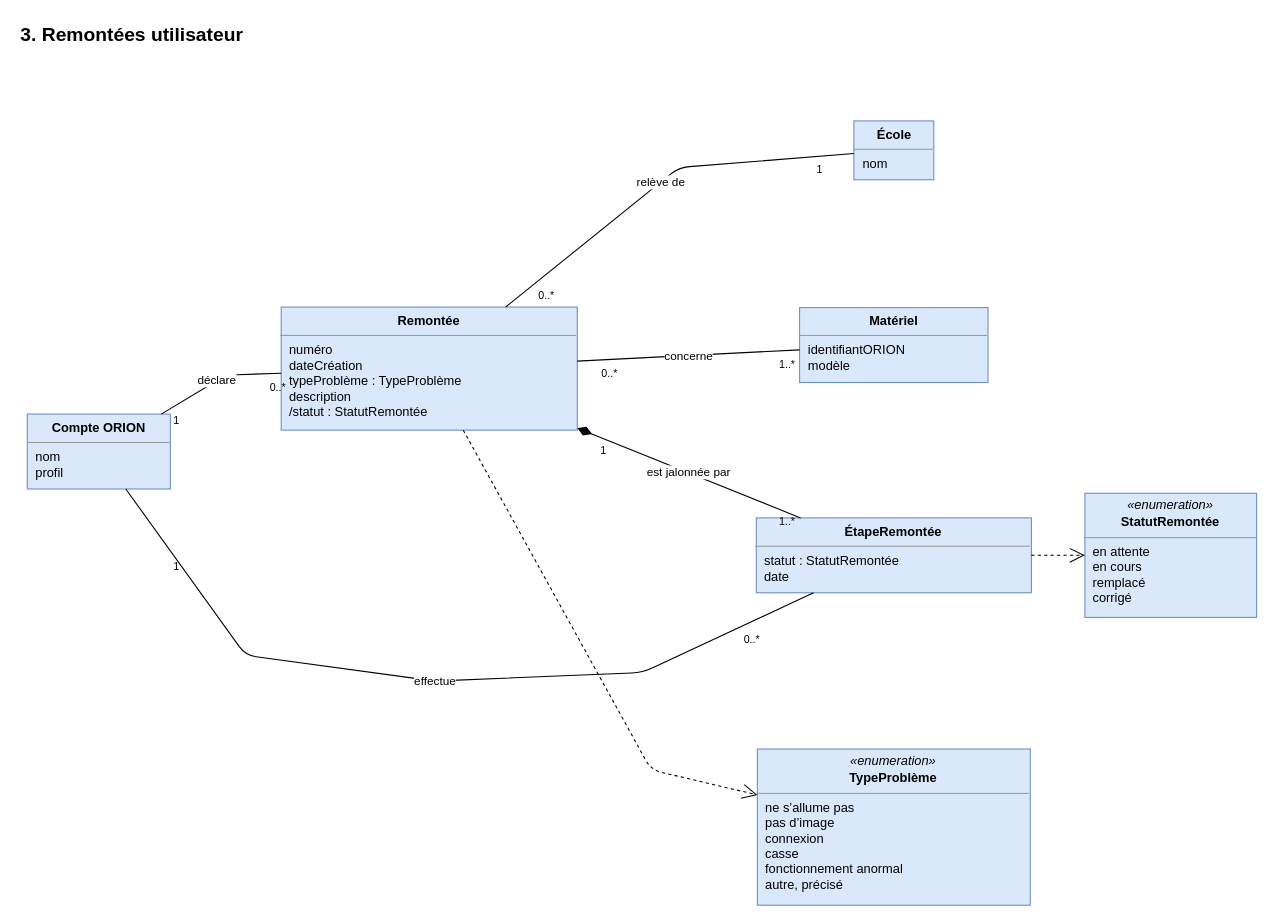
The draw.io diagram page "Remontées utilisateur" (3 of 5) of docs/02-ANALYSE/02-CAPTURE-DES-BESOINS/09-DIAGRAMME-CLASSES-METIER.drawio in bpierrelouis/aster, before the edit. Source tidied: cells renumbered, new cells numbered last; positions are measured from the earlier drawing's top-left corner, leaving out a move shared by most shapes. Both pictures are drawn from the tidied source at 107%, with x=0, y=0 at pixel (18, 18).
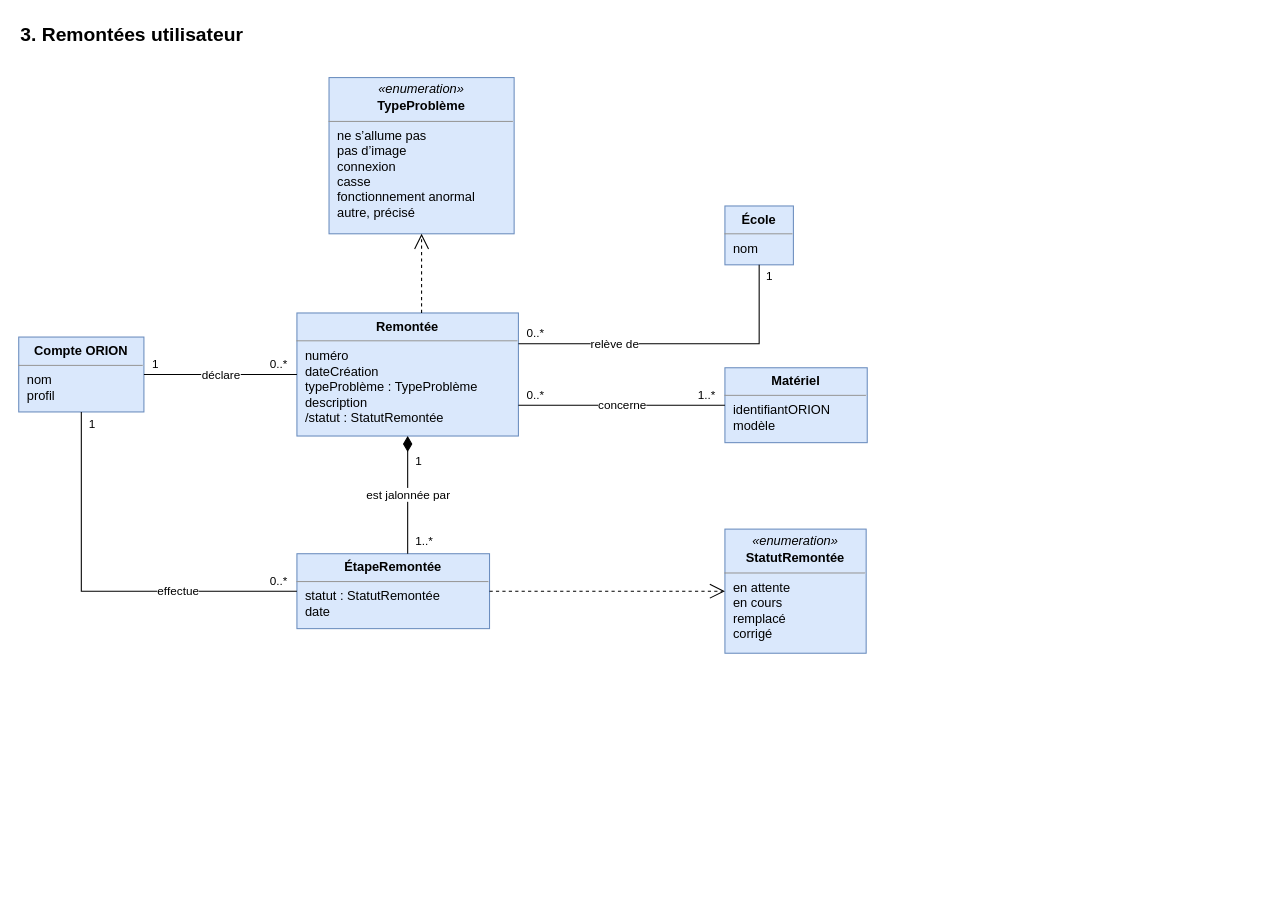
The same diagram, later.

Change to the diagram source:
```diff
@@
     <mxCell id="2" value="3. Remontées utilisateur" style="text;html=1;align=left;verticalAlign=middle;strokeColor=none;fillColor=none;fontSize=18;fontStyle=1;" parent="1" vertex="1">
-      <mxGeometry width="500" height="30" as="geometry" />
+      <mxGeometry width="600" height="30" as="geometry" />
     </mxCell>
+    <mxCell id="8" value="&lt;p style=&quot;margin:0;margin-top:4px;text-align:center;&quot;&gt;&lt;i&gt;«enumeration»&lt;/i&gt;&lt;/p&gt;&lt;p style=&quot;margin:0;margin-top:2px;text-align:center;&quot;&gt;&lt;b&gt;TypeProblème&lt;/b&gt;&lt;/p&gt;&lt;hr size=&quot;1&quot;/&gt;&lt;p style=&quot;margin:0;margin-left:8px;&quot;&gt;ne s’allume pas&lt;br&gt;pas d’image&lt;br&gt;connexion&lt;br&gt;casse&lt;br&gt;fonctionnement anormal&lt;br&gt;autre, précisé&lt;/p&gt;" style="verticalAlign=top;align=left;overflow=fill;html=1;whiteSpace=wrap;fontSize=12;fillColor=#dae8fc;strokeColor=#6c8ebf;" parent="1" vertex="1">
+      <mxGeometry x="290" y="55" width="173" height="146" as="geometry" />
+    </mxCell>
+    <mxCell id="6" value="&lt;p style=&quot;margin:0;margin-top:6px;text-align:center;&quot;&gt;&lt;b&gt;Remontée&lt;/b&gt;&lt;/p&gt;&lt;hr size=&quot;1&quot;/&gt;&lt;p style=&quot;margin:0;margin-left:8px;&quot;&gt;numéro&lt;br&gt;dateCréation&lt;br&gt;typeProblème : TypeProblème&lt;br&gt;description&lt;br&gt;/statut : StatutRemontée&lt;/p&gt;" style="verticalAlign=top;align=left;overflow=fill;html=1;whiteSpace=wrap;fontSize=12;fillColor=#dae8fc;strokeColor=#6c8ebf;" parent="1" vertex="1">
+      <mxGeometry x="260" y="275" width="207" height="115" as="geometry" />
+    </mxCell>
     <mxCell id="3" value="&lt;p style=&quot;margin:0;margin-top:6px;text-align:center;&quot;&gt;&lt;b&gt;Compte ORION&lt;/b&gt;&lt;/p&gt;&lt;hr size=&quot;1&quot;/&gt;&lt;p style=&quot;margin:0;margin-left:8px;&quot;&gt;nom&lt;br&gt;profil&lt;/p&gt;" style="verticalAlign=top;align=left;overflow=fill;html=1;whiteSpace=wrap;fontSize=12;fillColor=#dae8fc;strokeColor=#6c8ebf;" parent="1" vertex="1">
-      <mxGeometry x="8" y="369.5" width="133.7" height="70" as="geometry" />
+      <mxGeometry y="297.5" width="117" height="70" as="geometry" />
     </mxCell>
+    <mxCell id="7" value="&lt;p style=&quot;margin:0;margin-top:6px;text-align:center;&quot;&gt;&lt;b&gt;ÉtapeRemontée&lt;/b&gt;&lt;/p&gt;&lt;hr size=&quot;1&quot;/&gt;&lt;p style=&quot;margin:0;margin-left:8px;&quot;&gt;statut : StatutRemontée&lt;br&gt;date&lt;/p&gt;" style="verticalAlign=top;align=left;overflow=fill;html=1;whiteSpace=wrap;fontSize=12;fillColor=#dae8fc;strokeColor=#6c8ebf;" parent="1" vertex="1">
+      <mxGeometry x="260" y="500" width="180" height="70" as="geometry" />
+    </mxCell>
     <mxCell id="4" value="&lt;p style=&quot;margin:0;margin-top:6px;text-align:center;&quot;&gt;&lt;b&gt;École&lt;/b&gt;&lt;/p&gt;&lt;hr size=&quot;1&quot;/&gt;&lt;p style=&quot;margin:0;margin-left:8px;&quot;&gt;nom&lt;/p&gt;" style="verticalAlign=top;align=left;overflow=fill;html=1;whiteSpace=wrap;fontSize=12;fillColor=#dae8fc;strokeColor=#6c8ebf;" parent="1" vertex="1">
-      <mxGeometry x="780.5" y="95.5" width="74.7" height="55" as="geometry" />
+      <mxGeometry x="660" y="175" width="64" height="55" as="geometry" />
     </mxCell>
     <mxCell id="5" value="&lt;p style=&quot;margin:0;margin-top:6px;text-align:center;&quot;&gt;&lt;b&gt;Matériel&lt;/b&gt;&lt;/p&gt;&lt;hr size=&quot;1&quot;/&gt;&lt;p style=&quot;margin:0;margin-left:8px;&quot;&gt;identifiantORION&lt;br&gt;modèle&lt;/p&gt;" style="verticalAlign=top;align=left;overflow=fill;html=1;whiteSpace=wrap;fontSize=12;fillColor=#dae8fc;strokeColor=#6c8ebf;" parent="1" vertex="1">
-      <mxGeometry x="729.8" y="270" width="176.1" height="70" as="geometry" />
+      <mxGeometry x="660" y="326.2" width="133" height="70" as="geometry" />
     </mxCell>
-    <mxCell id="6" value="&lt;p style=&quot;margin:0;margin-top:6px;text-align:center;&quot;&gt;&lt;b&gt;Remontée&lt;/b&gt;&lt;/p&gt;&lt;hr size=&quot;1&quot;/&gt;&lt;p style=&quot;margin:0;margin-left:8px;&quot;&gt;numéro&lt;br&gt;dateCréation&lt;br&gt;typeProblème : TypeProblème&lt;br&gt;description&lt;br&gt;/statut : StatutRemontée&lt;/p&gt;" style="verticalAlign=top;align=left;overflow=fill;html=1;whiteSpace=wrap;fontSize=12;fillColor=#dae8fc;strokeColor=#6c8ebf;" parent="1" vertex="1">
-      <mxGeometry x="245.3" y="269.5" width="276.7" height="115" as="geometry" />
-    </mxCell>
-    <mxCell id="7" value="&lt;p style=&quot;margin:0;margin-top:6px;text-align:center;&quot;&gt;&lt;b&gt;ÉtapeRemontée&lt;/b&gt;&lt;/p&gt;&lt;hr size=&quot;1&quot;/&gt;&lt;p style=&quot;margin:0;margin-left:8px;&quot;&gt;statut : StatutRemontée&lt;br&gt;date&lt;/p&gt;" style="verticalAlign=top;align=left;overflow=fill;html=1;whiteSpace=wrap;fontSize=12;fillColor=#dae8fc;strokeColor=#6c8ebf;" parent="1" vertex="1">
-      <mxGeometry x="689.3" y="466.5" width="257.1" height="70" as="geometry" />
-    </mxCell>
-    <mxCell id="8" value="&lt;p style=&quot;margin:0;margin-top:4px;text-align:center;&quot;&gt;&lt;i&gt;«enumeration»&lt;/i&gt;&lt;/p&gt;&lt;p style=&quot;margin:0;margin-top:2px;text-align:center;&quot;&gt;&lt;b&gt;TypeProblème&lt;/b&gt;&lt;/p&gt;&lt;hr size=&quot;1&quot;/&gt;&lt;p style=&quot;margin:0;margin-left:8px;&quot;&gt;ne s’allume pas&lt;br&gt;pas d’image&lt;br&gt;connexion&lt;br&gt;casse&lt;br&gt;fonctionnement anormal&lt;br&gt;autre, précisé&lt;/p&gt;" style="verticalAlign=top;align=left;overflow=fill;html=1;whiteSpace=wrap;fontSize=12;fillColor=#dae8fc;strokeColor=#6c8ebf;" parent="1" vertex="1">
-      <mxGeometry x="690.3" y="682.5" width="255.1" height="146" as="geometry" />
-    </mxCell>
     <mxCell id="9" value="&lt;p style=&quot;margin:0;margin-top:4px;text-align:center;&quot;&gt;&lt;i&gt;«enumeration»&lt;/i&gt;&lt;/p&gt;&lt;p style=&quot;margin:0;margin-top:2px;text-align:center;&quot;&gt;&lt;b&gt;StatutRemontée&lt;/b&gt;&lt;/p&gt;&lt;hr size=&quot;1&quot;/&gt;&lt;p style=&quot;margin:0;margin-left:8px;&quot;&gt;en attente&lt;br&gt;en cours&lt;br&gt;remplacé&lt;br&gt;corrigé&lt;/p&gt;" style="verticalAlign=top;align=left;overflow=fill;html=1;whiteSpace=wrap;fontSize=12;fillColor=#dae8fc;strokeColor=#6c8ebf;" parent="1" vertex="1">
-      <mxGeometry x="996.4" y="443.5" width="160.5" height="116" as="geometry" />
+      <mxGeometry x="660" y="477" width="132" height="116" as="geometry" />
     </mxCell>
-    <mxCell id="10" value="déclare" style="html=1;rounded=0;fontSize=11;labelBackgroundColor=#ffffff;endArrow=none;startArrow=none;rounded=1;" parent="1" edge="1" source="3" target="6">
-      <mxGeometry relative="1" as="geometry">
-        <Array as="points">
-          <mxPoint x="194" y="333" />
-        </Array>
-      </mxGeometry>
+    <mxCell id="10" value="déclare" style="html=1;edgeStyle=orthogonalEdgeStyle;rounded=0;jumpStyle=arc;jumpSize=10;fontSize=11;labelBackgroundColor=#ffffff;endArrow=none;startArrow=none;exitX=1;exitY=0.5;exitDx=0;exitDy=0;entryX=0;entryY=0.5;entryDx=0;entryDy=0;" parent="1" edge="1" source="3" target="6">
+      <mxGeometry relative="1" as="geometry" />
     </mxCell>
-    <mxCell id="11" value="1" style="edgeLabel;html=1;fontSize=10;labelBackgroundColor=none;" parent="10" vertex="1">
-      <mxGeometry x="-0.8" relative="1" as="geometry" />
-    </mxCell>
-    <mxCell id="12" value="0..*" style="edgeLabel;html=1;fontSize=10;labelBackgroundColor=none;" parent="10" vertex="1">
-      <mxGeometry x="0.8" relative="1" as="geometry" />
-    </mxCell>
+    <mxCell id="27" value="1" style="edgeLabel;html=1;fontSize=11;labelBackgroundColor=none;" parent="10" vertex="1">
+      <mxGeometry x="-1" relative="1" as="geometry">
+        <mxPoint x="6" y="-22.5" as="offset" />
+      </mxGeometry>
+    </mxCell>
+    <mxCell id="28" value="0..*" style="edgeLabel;html=1;fontSize=11;labelBackgroundColor=none;" parent="10" vertex="1">
+      <mxGeometry x="1" relative="1" as="geometry">
+        <mxPoint x="-26.6" y="-22.5" as="offset" />
+      </mxGeometry>
+    </mxCell>
-    <mxCell id="13" value="relève de" style="html=1;rounded=0;fontSize=11;labelBackgroundColor=#ffffff;endArrow=none;startArrow=none;rounded=1;" parent="1" edge="1" source="6" target="4">
-      <mxGeometry relative="1" as="geometry">
+    <mxCell id="13" value="relève de" style="html=1;edgeStyle=orthogonalEdgeStyle;rounded=0;jumpStyle=arc;jumpSize=10;fontSize=11;labelBackgroundColor=#ffffff;endArrow=none;startArrow=none;exitX=1;exitY=0.25;exitDx=0;exitDy=0;entryX=0.5;entryY=1;entryDx=0;entryDy=0;" parent="1" edge="1" source="6" target="4">
+      <mxGeometry x="-0.4" relative="1" as="geometry">
         <Array as="points">
-          <mxPoint x="617" y="139" />
+          <mxPoint x="692" y="303.8" />
         </Array>
       </mxGeometry>
     </mxCell>
-    <mxCell id="14" value="0..*" style="edgeLabel;html=1;fontSize=10;labelBackgroundColor=none;" parent="13" vertex="1">
-      <mxGeometry x="-0.8" relative="1" as="geometry" />
-    </mxCell>
-    <mxCell id="15" value="1" style="edgeLabel;html=1;fontSize=10;labelBackgroundColor=none;" parent="13" vertex="1">
-      <mxGeometry x="0.8" relative="1" as="geometry" />
-    </mxCell>
+    <mxCell id="29" value="0..*" style="edgeLabel;html=1;fontSize=11;labelBackgroundColor=none;" parent="13" vertex="1">
+      <mxGeometry x="-1" relative="1" as="geometry">
+        <mxPoint x="6" y="-22.5" as="offset" />
+      </mxGeometry>
+    </mxCell>
+    <mxCell id="30" value="1" style="edgeLabel;html=1;fontSize=11;labelBackgroundColor=none;" parent="13" vertex="1">
+      <mxGeometry x="1" relative="1" as="geometry">
+        <mxPoint x="5" y="-1.5" as="offset" />
+      </mxGeometry>
+    </mxCell>
-    <mxCell id="16" value="concerne" style="html=1;rounded=0;fontSize=11;labelBackgroundColor=#ffffff;endArrow=none;startArrow=none;rounded=1;" parent="1" edge="1" source="6" target="5">
+    <mxCell id="16" value="concerne" style="html=1;edgeStyle=orthogonalEdgeStyle;rounded=0;jumpStyle=arc;jumpSize=10;fontSize=11;labelBackgroundColor=#ffffff;endArrow=none;startArrow=none;exitX=1;exitY=0.75;exitDx=0;exitDy=0;entryX=0;entryY=0.5;entryDx=0;entryDy=0;" parent="1" edge="1" source="6" target="5">
       <mxGeometry relative="1" as="geometry" />
     </mxCell>
-    <mxCell id="17" value="0..*" style="edgeLabel;html=1;fontSize=10;labelBackgroundColor=none;" parent="16" vertex="1">
-      <mxGeometry x="-0.8" relative="1" as="geometry" />
-    </mxCell>
-    <mxCell id="18" value="1..*" style="edgeLabel;html=1;fontSize=10;labelBackgroundColor=none;" parent="16" vertex="1">
-      <mxGeometry x="0.8" relative="1" as="geometry" />
-    </mxCell>
+    <mxCell id="31" value="0..*" style="edgeLabel;html=1;fontSize=11;labelBackgroundColor=none;" parent="16" vertex="1">
+      <mxGeometry x="-1" relative="1" as="geometry">
+        <mxPoint x="6" y="-22.5" as="offset" />
+      </mxGeometry>
+    </mxCell>
+    <mxCell id="32" value="1..*" style="edgeLabel;html=1;fontSize=11;labelBackgroundColor=none;" parent="16" vertex="1">
+      <mxGeometry x="1" relative="1" as="geometry">
+        <mxPoint x="-26.6" y="-22.5" as="offset" />
+      </mxGeometry>
+    </mxCell>
-    <mxCell id="19" value="est jalonnée par" style="html=1;rounded=0;fontSize=11;labelBackgroundColor=#ffffff;endArrow=none;startArrow=diamondThin;startFill=1;startSize=12;rounded=1;" parent="1" edge="1" source="6" target="7">
+    <mxCell id="19" value="est jalonnée par" style="html=1;edgeStyle=orthogonalEdgeStyle;rounded=0;jumpStyle=arc;jumpSize=10;fontSize=11;labelBackgroundColor=#ffffff;endArrow=none;startArrow=diamondThin;startFill=1;startSize=12;exitX=0.5;exitY=1;exitDx=0;exitDy=0;entryX=0.575;entryY=0;entryDx=0;entryDy=0;" parent="1" edge="1" source="6" target="7">
       <mxGeometry relative="1" as="geometry" />
     </mxCell>
-    <mxCell id="20" value="1" style="edgeLabel;html=1;fontSize=10;labelBackgroundColor=none;" parent="19" vertex="1">
-      <mxGeometry x="-0.8" relative="1" as="geometry" />
-    </mxCell>
-    <mxCell id="21" value="1..*" style="edgeLabel;html=1;fontSize=10;labelBackgroundColor=none;" parent="19" vertex="1">
-      <mxGeometry x="0.8" relative="1" as="geometry" />
-    </mxCell>
+    <mxCell id="33" value="1" style="edgeLabel;html=1;fontSize=11;labelBackgroundColor=none;" parent="19" vertex="1">
+      <mxGeometry x="-1" relative="1" as="geometry">
+        <mxPoint x="5" y="10.5" as="offset" />
+      </mxGeometry>
+    </mxCell>
+    <mxCell id="34" value="1..*" style="edgeLabel;html=1;fontSize=11;labelBackgroundColor=none;" parent="19" vertex="1">
+      <mxGeometry x="1" relative="1" as="geometry">
+        <mxPoint x="5" y="-25.5" as="offset" />
+      </mxGeometry>
+    </mxCell>
-    <mxCell id="22" value="effectue" style="html=1;rounded=0;fontSize=11;labelBackgroundColor=#ffffff;endArrow=none;startArrow=none;rounded=1;" parent="1" edge="1" source="3" target="7">
-      <mxGeometry relative="1" as="geometry">
+    <mxCell id="22" value="effectue" style="html=1;edgeStyle=orthogonalEdgeStyle;rounded=0;jumpStyle=arc;jumpSize=10;fontSize=11;labelBackgroundColor=#ffffff;endArrow=none;startArrow=none;exitX=0.5;exitY=1;exitDx=0;exitDy=0;entryX=0;entryY=0.5;entryDx=0;entryDy=0;" parent="1" edge="1" source="3" target="7">
+      <mxGeometry x="0.4" relative="1" as="geometry">
         <Array as="points">
-          <mxPoint x="212" y="595" />
-          <mxPoint x="389" y="619" />
-          <mxPoint x="583" y="611" />
+          <mxPoint x="58.5" y="535" />
         </Array>
       </mxGeometry>
     </mxCell>
-    <mxCell id="23" value="1" style="edgeLabel;html=1;fontSize=10;labelBackgroundColor=none;" parent="22" vertex="1">
-      <mxGeometry x="-0.8" relative="1" as="geometry" />
-    </mxCell>
-    <mxCell id="24" value="0..*" style="edgeLabel;html=1;fontSize=10;labelBackgroundColor=none;" parent="22" vertex="1">
-      <mxGeometry x="0.8" relative="1" as="geometry" />
-    </mxCell>
+    <mxCell id="35" value="1" style="edgeLabel;html=1;fontSize=11;labelBackgroundColor=none;" parent="22" vertex="1">
+      <mxGeometry x="-1" relative="1" as="geometry">
+        <mxPoint x="5" y="-1.5" as="offset" />
+      </mxGeometry>
+    </mxCell>
+    <mxCell id="36" value="0..*" style="edgeLabel;html=1;fontSize=11;labelBackgroundColor=none;" parent="22" vertex="1">
+      <mxGeometry x="1" relative="1" as="geometry">
+        <mxPoint x="-26.6" y="-22.5" as="offset" />
+      </mxGeometry>
+    </mxCell>
-    <mxCell id="25" style="html=1;rounded=0;fontSize=11;labelBackgroundColor=#ffffff;endArrow=open;endFill=0;endSize=12;startArrow=none;dashed=1;rounded=1;" parent="1" edge="1" source="6" target="8">
-      <mxGeometry relative="1" as="geometry">
-        <Array as="points">
-          <mxPoint x="591" y="702" />
-        </Array>
-      </mxGeometry>
+    <mxCell id="25" style="html=1;edgeStyle=orthogonalEdgeStyle;rounded=0;jumpStyle=arc;jumpSize=10;fontSize=11;labelBackgroundColor=#ffffff;endArrow=open;endFill=0;endSize=12;startArrow=none;dashed=1;exitX=0.5628;exitY=0;exitDx=0;exitDy=0;entryX=0.5;entryY=1;entryDx=0;entryDy=0;" parent="1" edge="1" source="6" target="8">
+      <mxGeometry relative="1" as="geometry" />
     </mxCell>
-    <mxCell id="26" style="html=1;rounded=0;fontSize=11;labelBackgroundColor=#ffffff;endArrow=open;endFill=0;endSize=12;startArrow=none;dashed=1;rounded=1;" parent="1" edge="1" source="7" target="9">
+    <mxCell id="26" style="html=1;edgeStyle=orthogonalEdgeStyle;rounded=0;jumpStyle=arc;jumpSize=10;fontSize=11;labelBackgroundColor=#ffffff;endArrow=open;endFill=0;endSize=12;startArrow=none;dashed=1;exitX=1;exitY=0.5;exitDx=0;exitDy=0;entryX=0;entryY=0.5;entryDx=0;entryDy=0;" parent="1" edge="1" source="7" target="9">
       <mxGeometry relative="1" as="geometry" />
     </mxCell>
```
